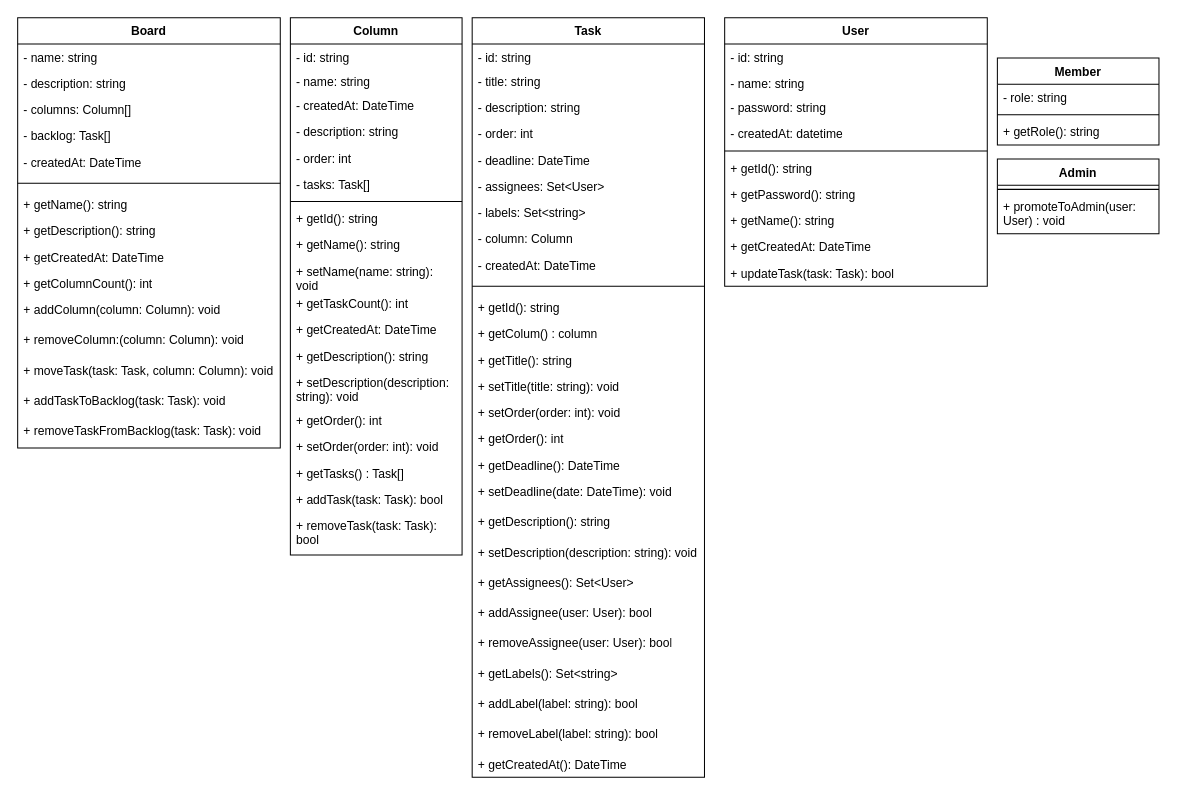
Above: docs/Kancpp.drawio in talis-fb/kancpp_atv_boas_praticas (draw.io), before the change. Source tidied: cells renumbered, new cells numbered last; positions are measured from the earlier drawing's top-left corner, leaving out a move shared by most shapes. Both pictures are drawn from the tidied source at 101%, with x=0, y=0 at pixel (17, 17).
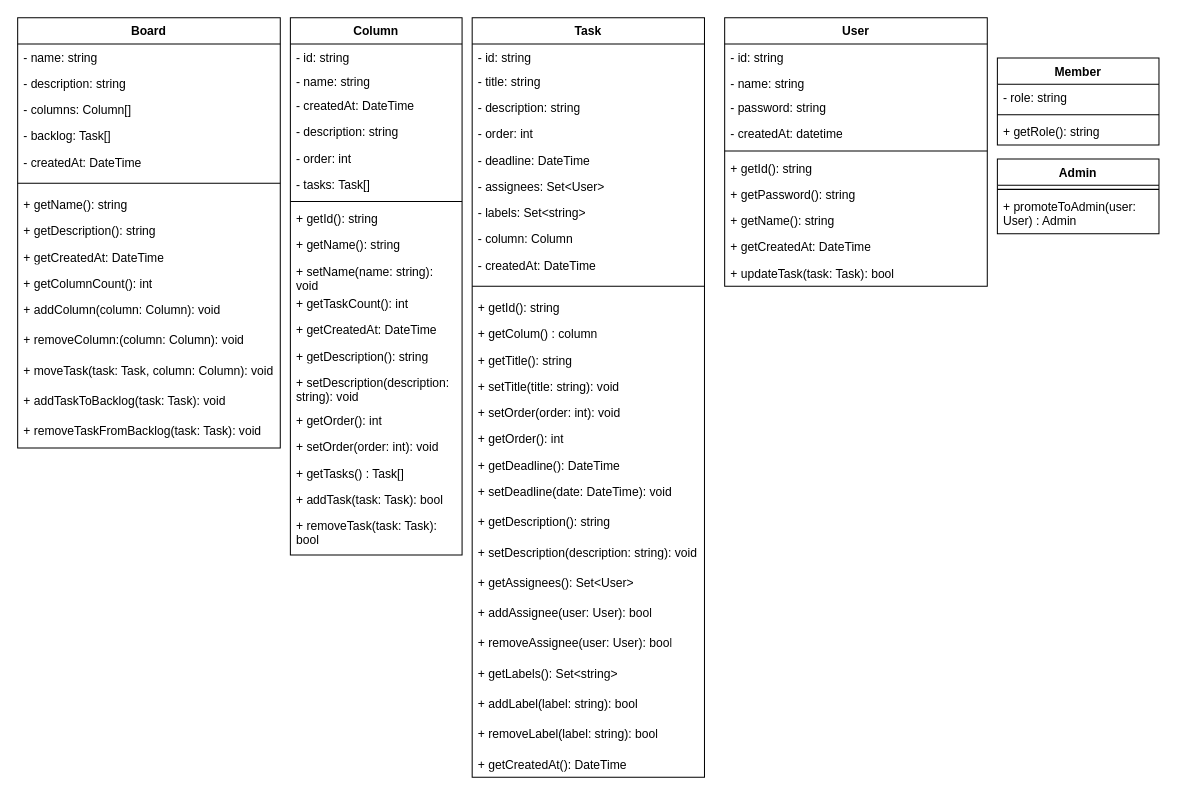
The same diagram, later.

Commit message:
refactor: admin class changes

Unchanged cells that the change refers to:
```xml
<mxCell id="81" value="Admin" style="swimlane;fontStyle=1;align=center;verticalAlign=top;horizontal=1;startSize=26;whiteSpace=wrap;html=1;" parent="1" vertex="1">
  <mxGeometry x="970" y="140" width="160" height="74" as="geometry" />
</mxCell>
```

What changed in the source:
```diff
@@
-    <mxCell id="83" value="+ promoteToAdmin(user: User) : void" style="text;strokeColor=none;fillColor=none;align=left;verticalAlign=top;spacingLeft=4;spacingRight=4;overflow=hidden;whiteSpace=wrap;html=1;" parent="81" vertex="1">
+    <mxCell id="83" value="+ promoteToAdmin(user: User) : Admin" style="text;strokeColor=none;fillColor=none;align=left;verticalAlign=top;spacingLeft=4;spacingRight=4;overflow=hidden;whiteSpace=wrap;html=1;" parent="81" vertex="1">
       <mxGeometry y="34" width="160" height="40" as="geometry" />
     </mxCell>
```
